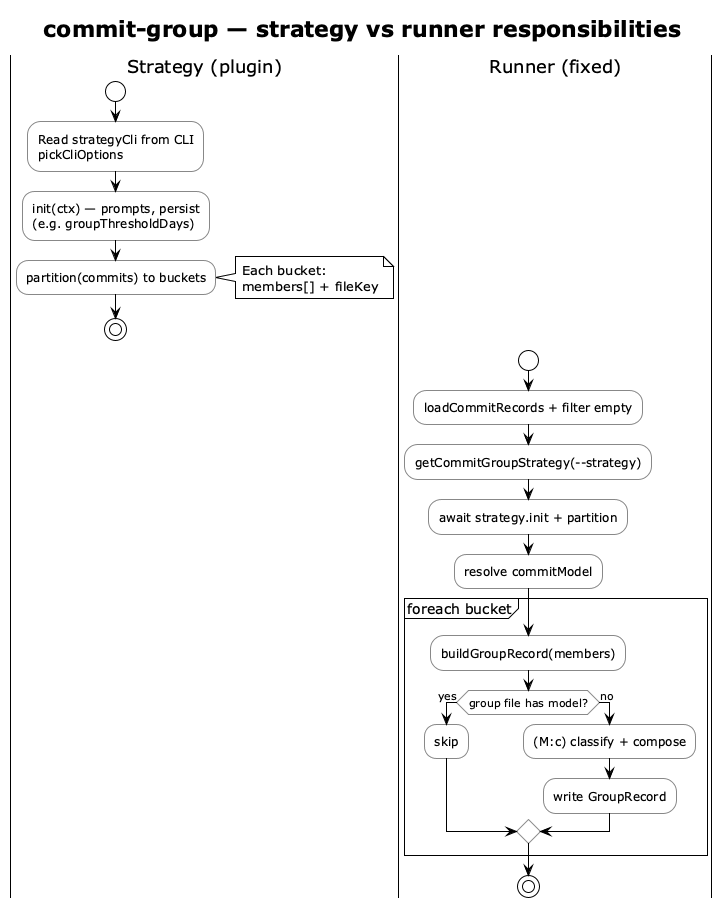
This is img/commit-group-strategies-flow.png from vzakharchenko/dev-workgraph, a PlantUML export, as it was before one commit. Source of this version:
```plantuml
@startuml commit-group-strategies-flow
!theme plain
skinparam shadowing false
skinparam ActivityBorderColor #888888

title **commit-group** — strategy vs runner responsibilities

|Strategy (plugin)|
start
:Read strategyCli from CLI\npickCliOptions;
:init(ctx) — prompts, persist\n(e.g. groupThresholdDays);
:partition(commits) to buckets;
note right
  Each bucket:
  members[] + fileKey
end note
stop

|Runner (fixed)|
start
:loadCommitRecords + filter empty;
:getCommitGroupStrategy(--strategy);
:await strategy.init + partition;
:resolve commitModel;
partition "foreach bucket" {
  :buildGroupRecord(members);
  if (group file has model?) then (yes)
    :skip;
  else (no)
    :(M:c) classify + compose;
    :write GroupRecord;
  endif
}
stop

@enduml
```
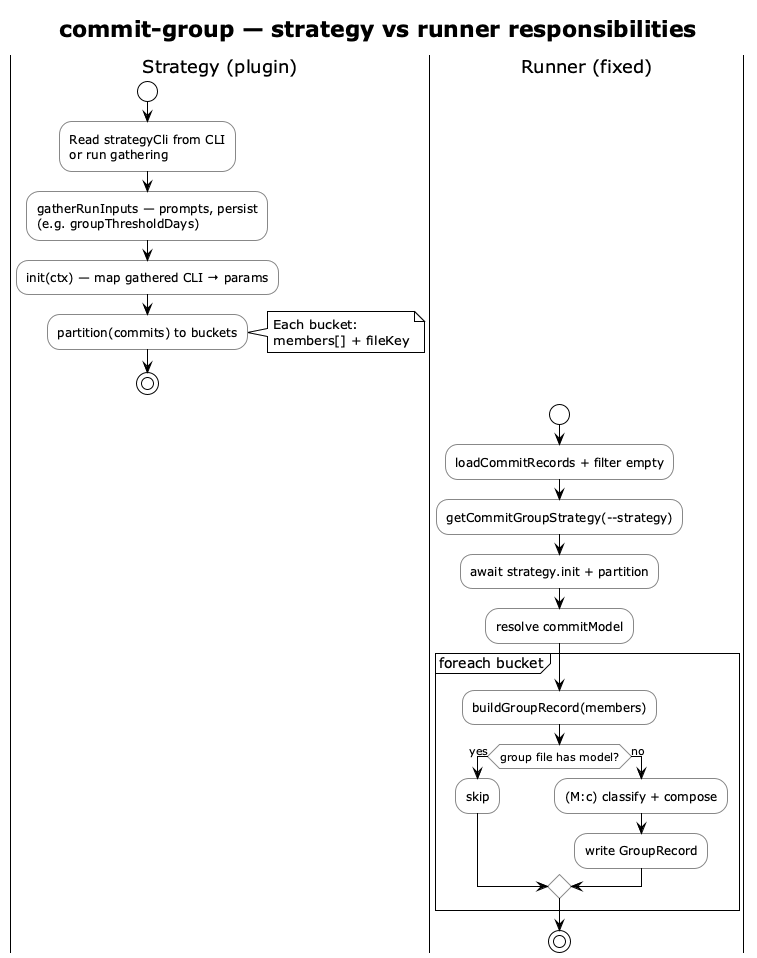
Above is the later version.

Diff of the diagram source:
```diff
@@ -7,8 +7,9 @@
 
 |Strategy (plugin)|
 start
-:Read strategyCli from CLI\npickCliOptions;
-:init(ctx) — prompts, persist\n(e.g. groupThresholdDays);
+:Read strategyCli from CLI\nor run gathering;
+:gatherRunInputs — prompts, persist\n(e.g. groupThresholdDays);
+:init(ctx) — map gathered CLI → params;
 :partition(commits) to buckets;
 note right
   Each bucket:
```
